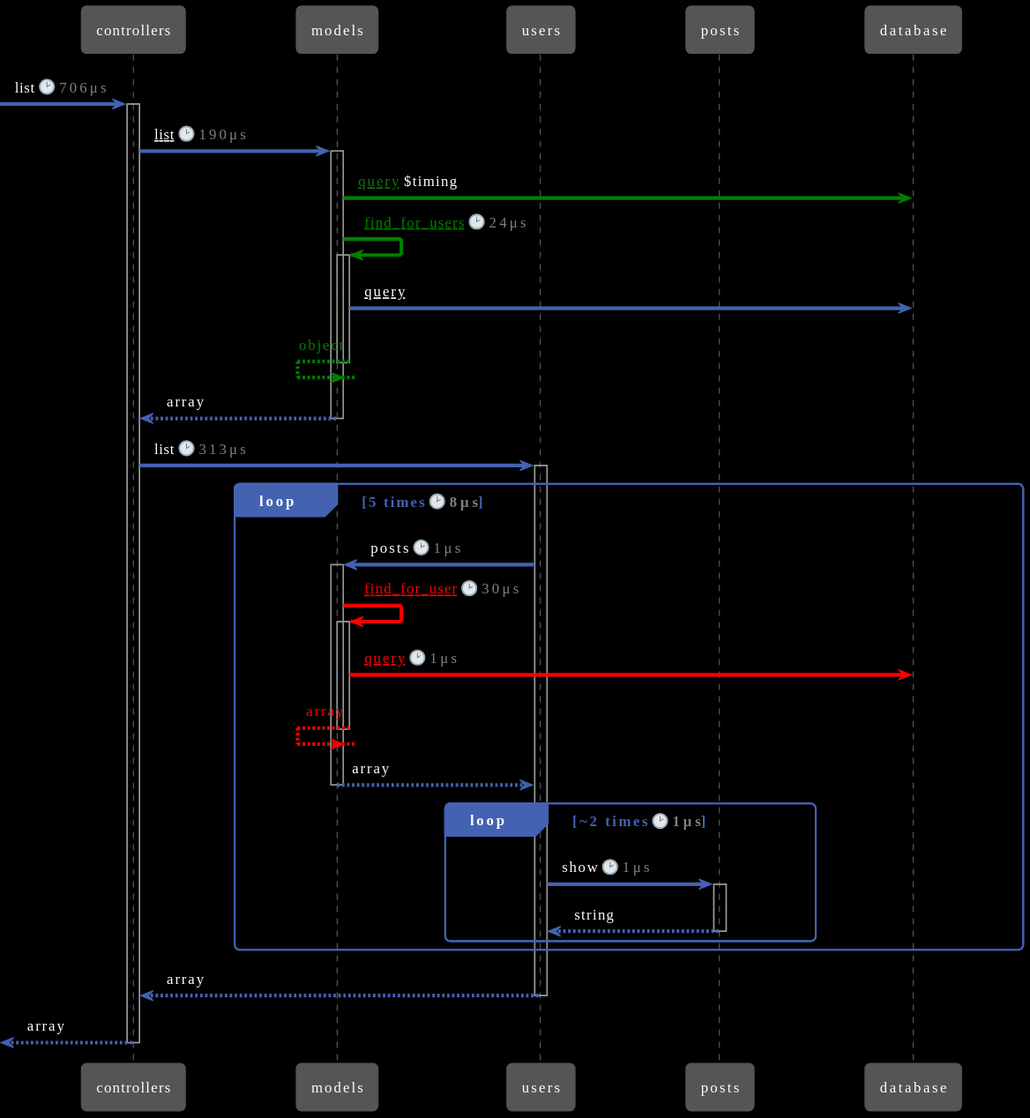
The PlantUML diagram packages/sequence-diagram/tests/fixtures/sequenceDiagrams/listVsListWithPrefetch.sequence.svg in getappmap/appmap-js, before a commit.
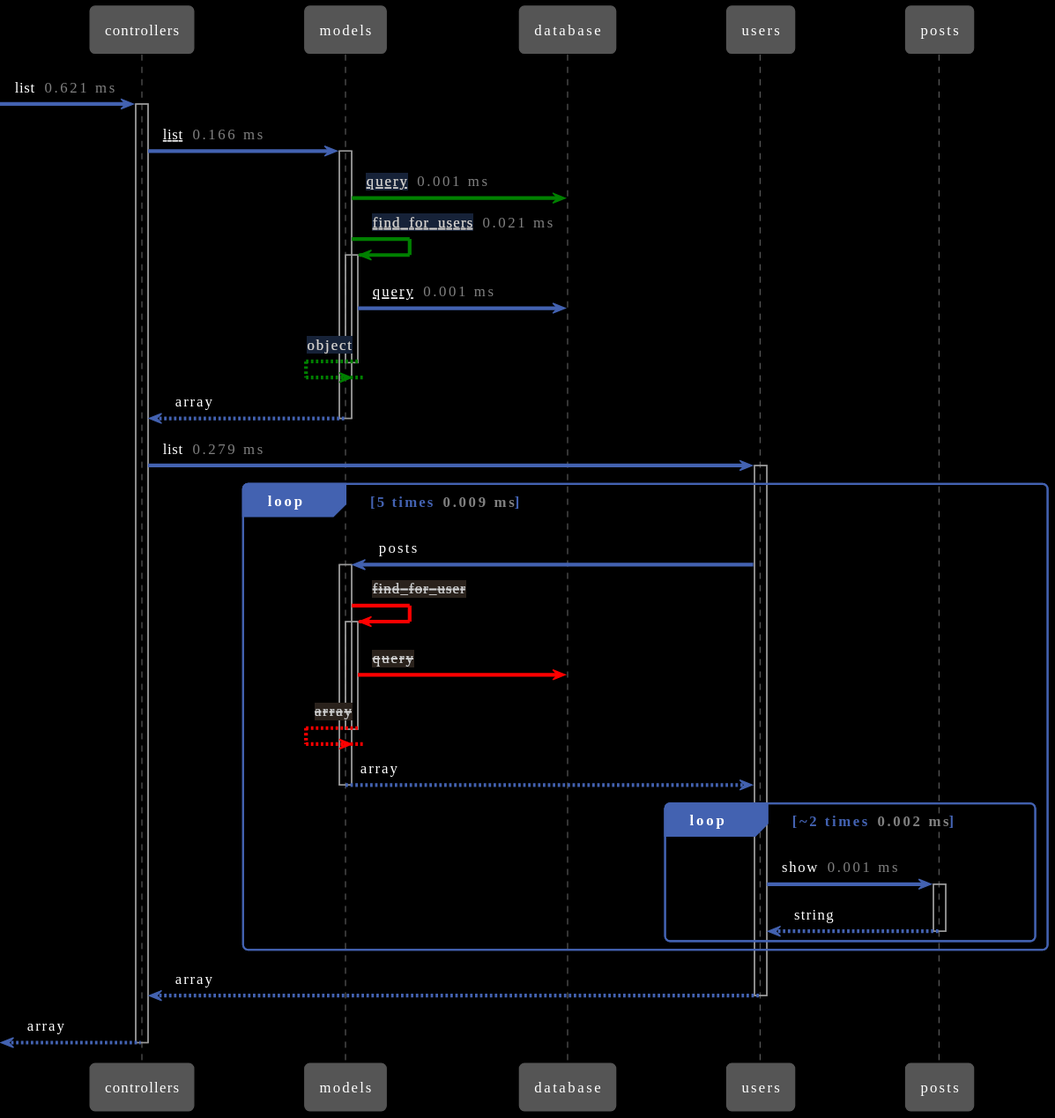
After the change.

The edit, as a diff of the source:
```diff
@@ -2,35 +2,35 @@
 !includeurl https://raw.githubusercontent.com/getappmap/plantuml-theme/main/appmap-theme.puml
 participant controllers as "controllers"
 participant models as "models"
+participant database as "database"
 participant users as "users"
 participant posts as "posts"
-participant database as "database"
-  [->controllers: list <size:8><:1F551:></size><color:gray> 706μs</color>
+  [->controllers: list <color:gray> 0.621 ms</color>
   activate controllers
-    controllers->models: <u>list</u> <size:8><:1F551:></size><color:gray> 190μs</color>
+    controllers->models: <u>list</u> <color:gray> 0.166 ms</color>
     activate models
-      models-[#green]>database: <color:green><u>query</u></color> $timing
-      models-[#green]>models: <color:green><u>find_for_users</u></color> <size:8><:1F551:></size><color:gray> 24μs</color>
+      models-[#green]>database: <u><color:lightgray><back:#172238>query</back></color></u> <color:gray> 0.001 ms</color>
+      models-[#green]>models: <u><color:lightgray><back:#172238>find_for_users</back></color></u> <color:gray> 0.021 ms</color>
       activate models
-        models->database: <u>query</u>
-      models<[#green]--models: <color:green>object</color>
+        models->database: <u>query</u> <color:gray> 0.001 ms</color>
+      models<[#green]--models: <color:lightgray><back:#172238>object</back></color>
       deactivate models
     controllers<--models: array
     deactivate models
-    controllers->users: list <size:8><:1F551:></size><color:gray> 313μs</color>
+    controllers->users: list <color:gray> 0.279 ms</color>
     activate users
-      Loop 5 times <size:8><:1F551:></size><color:gray> 8μs</color>
-        users->models: posts <size:8><:1F551:></size><color:gray> 1μs</color>
+      Loop 5 times <color:gray> 0.009 ms</color>
+        users->models: posts
         activate models
-          models-[#red]>models: <color:red><u>find_for_user</u></color> <size:8><:1F551:></size><color:gray> 30μs</color>
+          models-[#red]>models: <color:lightgray><back:#29201A>--find_for_user--</back></color>
           activate models
-            models-[#red]>database: <color:red><u>query</u></color> <size:8><:1F551:></size><color:gray> 1μs</color>
-          models<[#red]--models: <color:red>array</color>
+            models-[#red]>database: <color:lightgray><back:#29201A>--query--</back></color>
+          models<[#red]--models: <color:lightgray><back:#29201A>--array--</back></color>
           deactivate models
         users<--models: array
         deactivate models
-        Loop ~2 times <size:8><:1F551:></size><color:gray> 1μs</color>
-          users->posts: show <size:8><:1F551:></size><color:gray> 1μs</color>
+        Loop ~2 times <color:gray> 0.002 ms</color>
+          users->posts: show <color:gray> 0.001 ms</color>
           activate posts
           users<--posts: string
           deactivate posts
```
